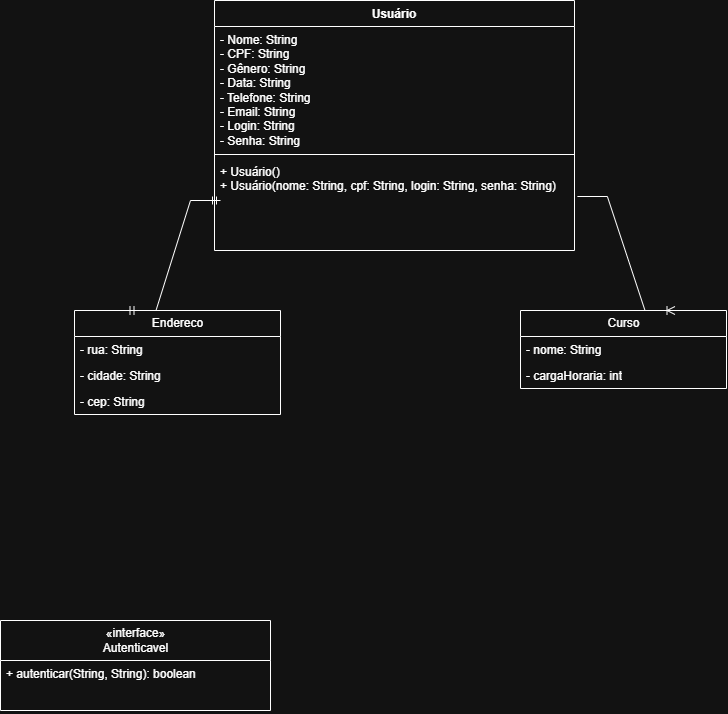
The draw.io diagram ATIVIDADES/ATIVIDADE 11- RELACIONAMENTO/ClasseUsuario.drawio.png in ArthurSousaMatosBarreto/prg03ArthurSousaMatosBarreto, before a commit. Source tidied: cells renumbered, new cells last; positions are measured from the earlier drawing's top-left corner, leaving out a move shared by most shapes.
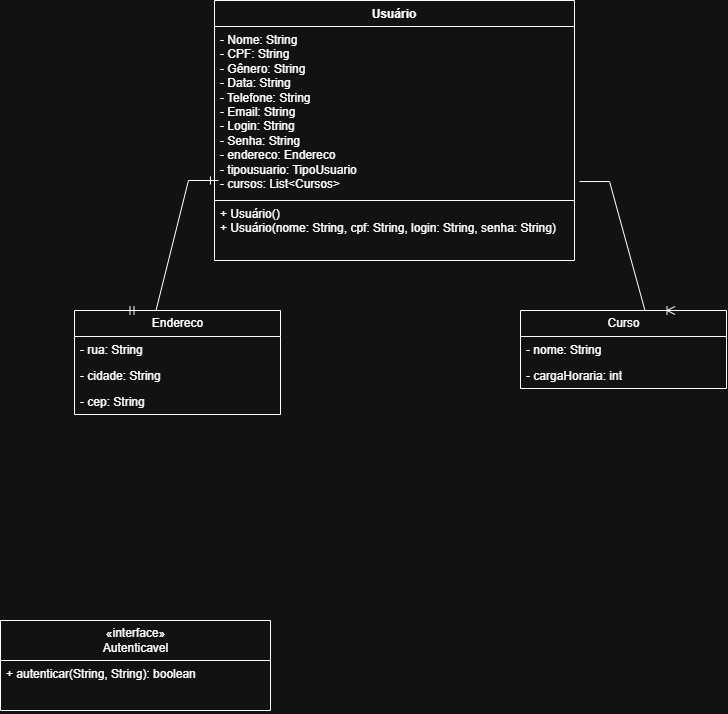
After the change.

Commit message:
Atualizacao de diagrama de classes, Task 3 e 4

Diff of the diagram source:
```diff
@@ -3,17 +3,11 @@
     <mxCell id="0" />
     <mxCell id="1" parent="0" />
     <mxCell id="2" value="Usuário&lt;div&gt;&lt;br&gt;&lt;/div&gt;" style="swimlane;fontStyle=1;align=center;verticalAlign=top;horizontal=1;startSize=26;whiteSpace=wrap;html=1;" parent="1" vertex="1">
-      <mxGeometry x="214" width="360" height="250" as="geometry" />
+      <mxGeometry x="214" width="360" height="200" as="geometry" />
     </mxCell>
-    <mxCell id="3" value="- Nome: String&lt;div&gt;- CPF&lt;span style=&quot;background-color: transparent; color: light-dark(rgb(0, 0, 0), rgb(255, 255, 255));&quot;&gt;: String&lt;/span&gt;&lt;/div&gt;&lt;div&gt;- Gênero&lt;span style=&quot;background-color: transparent; color: light-dark(rgb(0, 0, 0), rgb(255, 255, 255));&quot;&gt;: String&lt;/span&gt;&lt;/div&gt;&lt;div&gt;- Data&lt;span style=&quot;background-color: transparent; color: light-dark(rgb(0, 0, 0), rgb(255, 255, 255));&quot;&gt;: String&lt;/span&gt;&lt;/div&gt;&lt;div&gt;- Telefone&lt;span style=&quot;background-color: transparent; color: light-dark(rgb(0, 0, 0), rgb(255, 255, 255));&quot;&gt;: String&lt;/span&gt;&lt;/div&gt;&lt;div&gt;- Email: String&lt;br&gt;- Login: String&lt;/div&gt;&lt;div&gt;- Senha: String&lt;/div&gt;" style="text;strokeColor=none;fillColor=none;align=left;verticalAlign=top;spacingLeft=4;spacingRight=4;overflow=hidden;points=[[0,0.5],[1,0.5]];portConstraint=eastwest;whiteSpace=wrap;html=1;" parent="2" vertex="1">
-      <mxGeometry y="26" width="360" height="124" as="geometry" />
+    <mxCell id="3" value="- Nome: String&lt;div&gt;- CPF&lt;span style=&quot;background-color: transparent; color: light-dark(rgb(0, 0, 0), rgb(255, 255, 255));&quot;&gt;: String&lt;/span&gt;&lt;/div&gt;&lt;div&gt;- Gênero&lt;span style=&quot;background-color: transparent; color: light-dark(rgb(0, 0, 0), rgb(255, 255, 255));&quot;&gt;: String&lt;/span&gt;&lt;/div&gt;&lt;div&gt;- Data&lt;span style=&quot;background-color: transparent; color: light-dark(rgb(0, 0, 0), rgb(255, 255, 255));&quot;&gt;: String&lt;/span&gt;&lt;/div&gt;&lt;div&gt;- Telefone&lt;span style=&quot;background-color: transparent; color: light-dark(rgb(0, 0, 0), rgb(255, 255, 255));&quot;&gt;: String&lt;/span&gt;&lt;/div&gt;&lt;div&gt;- Email: String&lt;br&gt;- Login: String&lt;/div&gt;&lt;div&gt;- Senha: String&lt;br&gt;- endereco: Endereco&lt;br&gt;- tipousuario: TipoUsuario&lt;br&gt;- cursos: List&amp;lt;Cursos&amp;gt;&lt;/div&gt;&lt;div&gt;&lt;br&gt;&lt;/div&gt;" style="text;strokeColor=none;fillColor=none;align=left;verticalAlign=top;spacingLeft=4;spacingRight=4;overflow=hidden;points=[[0,0.5],[1,0.5]];portConstraint=eastwest;whiteSpace=wrap;html=1;" parent="2" vertex="1">
+      <mxGeometry y="26" width="360" height="174" as="geometry" />
     </mxCell>
-    <mxCell id="4" style="line;strokeWidth=1;fillColor=none;align=left;verticalAlign=middle;spacingTop=-1;spacingLeft=3;spacingRight=3;labelPosition=right;strokeColor=inherit;" parent="2" vertex="1">
-      <mxGeometry y="150" width="360" height="8" as="geometry" />
-    </mxCell>
-    <mxCell id="5" value="+ Usuário()&lt;br&gt;+ Usuário(nome: String, cpf: String, login: String, senha: String)" style="text;strokeColor=none;fillColor=none;align=left;verticalAlign=top;spacingLeft=4;spacingRight=4;overflow=hidden;points=[[0,0.5],[1,0.5]];portConstraint=eastwest;whiteSpace=wrap;html=1;" parent="2" vertex="1">
-      <mxGeometry y="158" width="360" height="92" as="geometry" />
-    </mxCell>
     <mxCell id="6" value="«interface»&lt;br&gt;Autenticavel" style="swimlane;fontStyle=0;horizontal=1;startSize=40;fillColor=none;html=1;" parent="1" vertex="1">
       <mxGeometry y="620" width="270" height="90" as="geometry" />
     </mxCell>
@@ -41,13 +35,17 @@
     <mxCell id="14" value="- cargaHoraria: int" style="text;strokeColor=none;fillColor=none;align=left;verticalAlign=top;spacingLeft=4;spacingRight=4;overflow=hidden;whiteSpace=wrap;html=1;" parent="12" vertex="1">
       <mxGeometry y="52" width="206" height="26" as="geometry" />
     </mxCell>
-    <mxCell id="15" style="edgeStyle=entityRelationEdgeStyle;fontSize=12;html=1;endArrow=ERmandOne;startArrow=ERmandOne;rounded=0;exitX=0.25;exitY=0;exitDx=0;exitDy=0;" parent="1" edge="1" source="8">
-      <mxGeometry relative="1" as="geometry">
-        <mxPoint x="220" y="200" as="targetPoint" />
-      </mxGeometry>
+    <mxCell id="15" style="edgeStyle=entityRelationEdgeStyle;fontSize=12;html=1;endArrow=ERmandOne;startArrow=ERmandOne;rounded=0;exitX=0.25;exitY=0;exitDx=0;exitDy=0;entryX=0.011;entryY=0.885;entryDx=0;entryDy=0;entryPerimeter=0;" parent="1" edge="1" source="8" target="3">
+      <mxGeometry relative="1" as="geometry" />
     </mxCell>
-    <mxCell id="16" style="edgeStyle=entityRelationEdgeStyle;fontSize=12;html=1;endArrow=ERoneToMany;rounded=0;entryX=0.75;entryY=0;entryDx=0;entryDy=0;exitX=1.008;exitY=0.413;exitDx=0;exitDy=0;exitPerimeter=0;" parent="1" edge="1" source="5" target="12">
+    <mxCell id="16" style="edgeStyle=entityRelationEdgeStyle;fontSize=12;html=1;endArrow=ERoneToMany;rounded=0;entryX=0.75;entryY=0;entryDx=0;entryDy=0;exitX=1.014;exitY=0.891;exitDx=0;exitDy=0;exitPerimeter=0;" parent="1" edge="1" source="3" target="12">
       <mxGeometry relative="1" as="geometry" />
     </mxCell>
+    <mxCell id="17" style="swimlane;fontStyle=0;horizontal=1;startSize=0;fillColor=none;html=1;" parent="1" vertex="1">
+      <mxGeometry x="214" y="200" width="360" height="60" as="geometry" />
+    </mxCell>
+    <mxCell id="5" value="+ Usuário()&lt;br&gt;+ Usuário(nome: String, cpf: String, login: String, senha: String)" style="text;strokeColor=none;fillColor=none;align=left;verticalAlign=top;spacingLeft=4;spacingRight=4;overflow=hidden;points=[[0,0.5],[1,0.5]];portConstraint=eastwest;whiteSpace=wrap;html=1;" parent="17" vertex="1">
+      <mxGeometry width="360" height="60" as="geometry" />
+    </mxCell>
   </root>
 </mxGraphModel>
```
